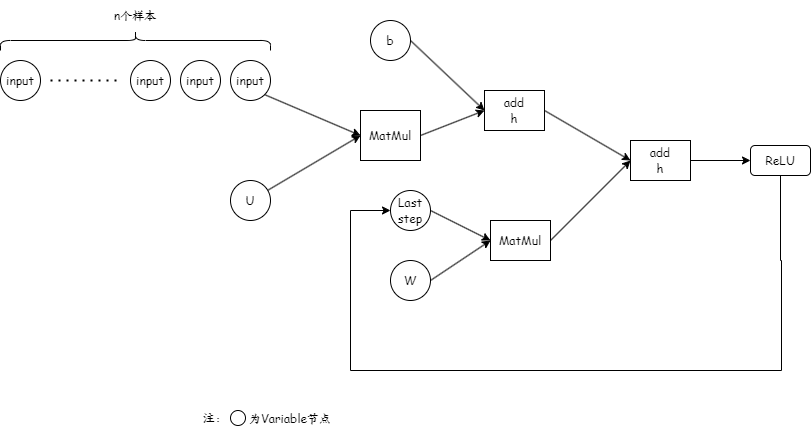
Before: images/RNN.drawio.png, a diagram exported from draw.io (morandave/morandave.github.io). Source tidied: cells renumbered, new cells last; positions are measured from the earlier drawing's top-left corner, leaving out a move shared by most shapes.
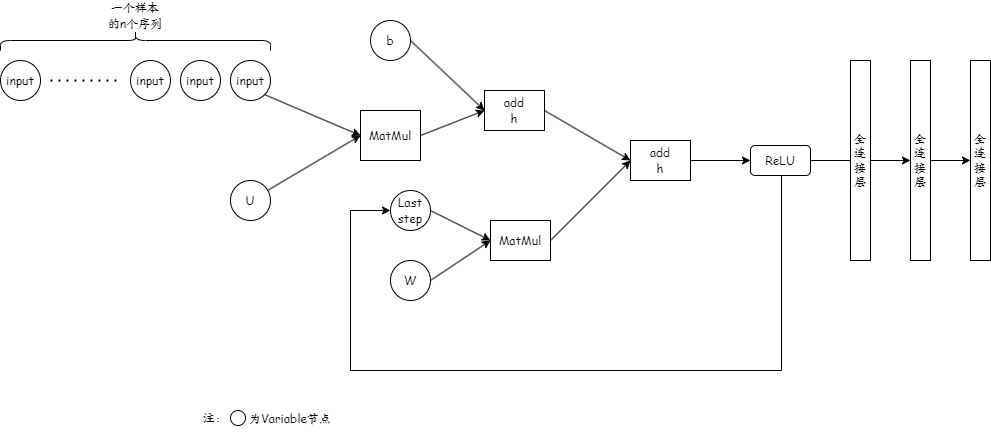
The same file after the commit.

The edit, as a diff of the source:
```diff
@@ -71,14 +71,15 @@
     <mxCell id="20" style="edgeStyle=orthogonalEdgeStyle;rounded=0;jettySize=auto;html=1;entryX=0;entryY=0.5;entryDx=0;entryDy=0;" parent="1" edge="1" source="21" target="7">
       <mxGeometry relative="1" as="geometry">
         <Array as="points">
-          <mxPoint x="780" y="260" />
-          <mxPoint x="781" y="260" />
           <mxPoint x="781" y="370" />
           <mxPoint x="350" y="370" />
           <mxPoint x="350" y="210" />
         </Array>
       </mxGeometry>
     </mxCell>
+    <mxCell id="31" style="edgeStyle=orthogonalEdgeStyle;rounded=0;jettySize=auto;html=1;" parent="1" edge="1" source="21" target="34">
+      <mxGeometry relative="1" as="geometry" />
+    </mxCell>
     <mxCell id="21" value="&lt;font face=&quot;Comic Sans MS&quot;&gt;ReLU&lt;/font&gt;" style="rounded=1;whiteSpace=wrap;html=1;" parent="1" vertex="1">
       <mxGeometry x="750" y="145" width="60" height="30" as="geometry" />
     </mxCell>
@@ -100,7 +101,7 @@
     <mxCell id="26" style="shape=curlyBracket;whiteSpace=wrap;html=1;rounded=1;labelPosition=left;verticalLabelPosition=middle;align=right;verticalAlign=middle;direction=south;" parent="1" vertex="1">
       <mxGeometry y="30" width="270" height="20" as="geometry" />
     </mxCell>
-    <mxCell id="27" value="&lt;font face=&quot;Comic Sans MS&quot;&gt;n个样本&lt;/font&gt;" style="text;html=1;strokeColor=none;fillColor=none;align=center;verticalAlign=middle;whiteSpace=wrap;rounded=0;" parent="1" vertex="1">
+    <mxCell id="27" value="&lt;font face=&quot;Comic Sans MS&quot;&gt;一个样本的n个序列&lt;/font&gt;" style="text;html=1;strokeColor=none;fillColor=none;align=center;verticalAlign=middle;whiteSpace=wrap;rounded=0;" parent="1" vertex="1">
       <mxGeometry x="105" width="60" height="30" as="geometry" />
     </mxCell>
     <mxCell id="28" style="ellipse;whiteSpace=wrap;html=1;" parent="1" vertex="1">
@@ -112,5 +113,17 @@
     <mxCell id="30" value="注：" style="text;html=1;strokeColor=none;fillColor=none;align=center;verticalAlign=middle;whiteSpace=wrap;rounded=0;" parent="1" vertex="1">
       <mxGeometry x="185" y="402.5" width="60" height="30" as="geometry" />
     </mxCell>
+    <mxCell id="32" value="全连接层" style="rounded=0;whiteSpace=wrap;html=1;" parent="1" vertex="1">
+      <mxGeometry x="850" y="60" width="20" height="200" as="geometry" />
+    </mxCell>
+    <mxCell id="33" style="edgeStyle=orthogonalEdgeStyle;rounded=0;jettySize=auto;html=1;" parent="1" edge="1" source="34" target="35">
+      <mxGeometry relative="1" as="geometry" />
+    </mxCell>
+    <mxCell id="34" value="全连接层" style="rounded=0;whiteSpace=wrap;html=1;" parent="1" vertex="1">
+      <mxGeometry x="910" y="60" width="20" height="200" as="geometry" />
+    </mxCell>
+    <mxCell id="35" value="全连接层" style="rounded=0;whiteSpace=wrap;html=1;" parent="1" vertex="1">
+      <mxGeometry x="970" y="60" width="20" height="200" as="geometry" />
+    </mxCell>
   </root>
 </mxGraphModel>
```
